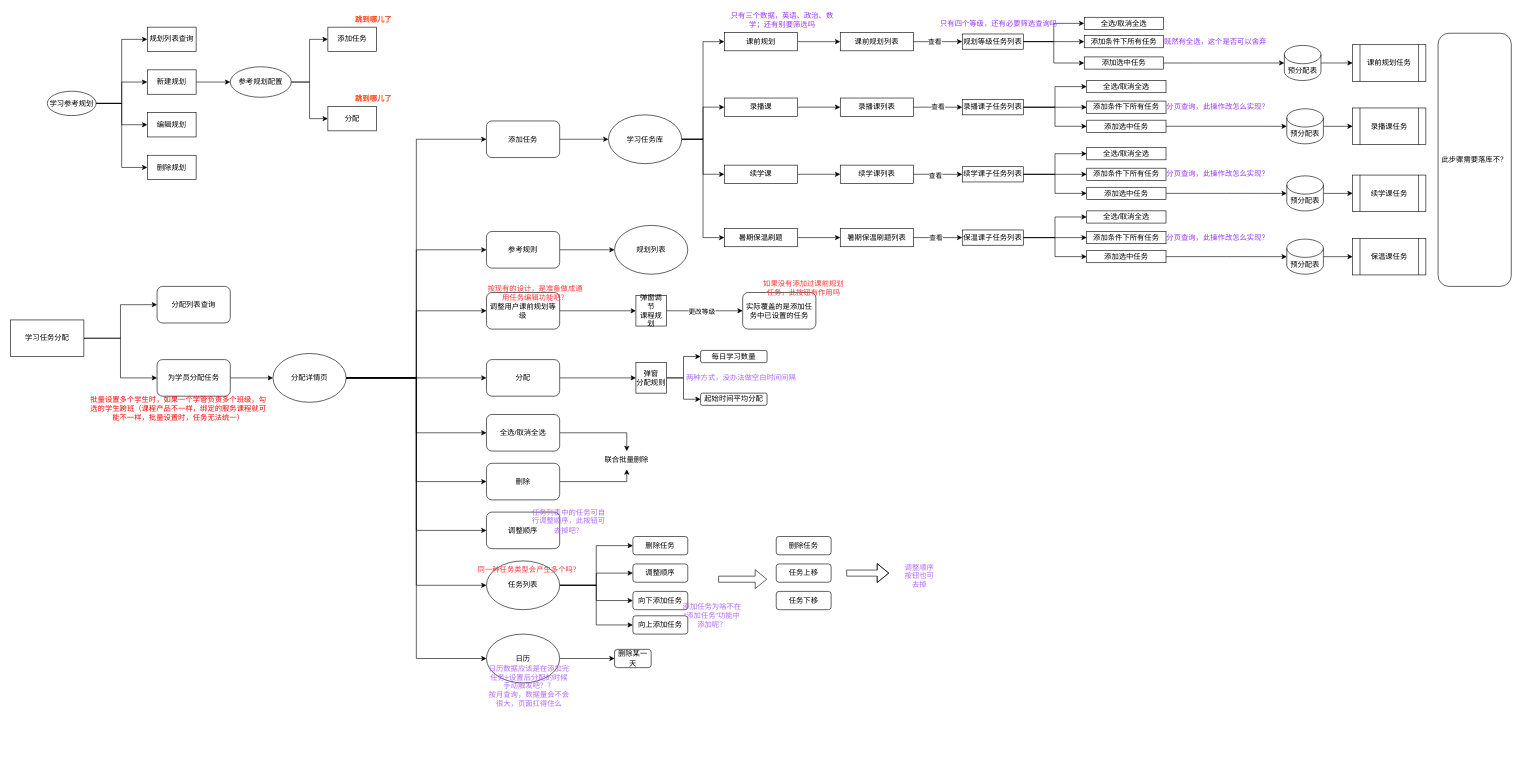
The draw.io diagram 学习任务分配-参考规划+用户端.drawio in me-Minion/draw, before the edit. Source tidied: cells renumbered, new cells numbered last; positions are measured from the earlier drawing's top-left corner, leaving out a move shared by most shapes. Both pictures are drawn from the tidied source at 61%, with x=0, y=0 at pixel (10, 12).
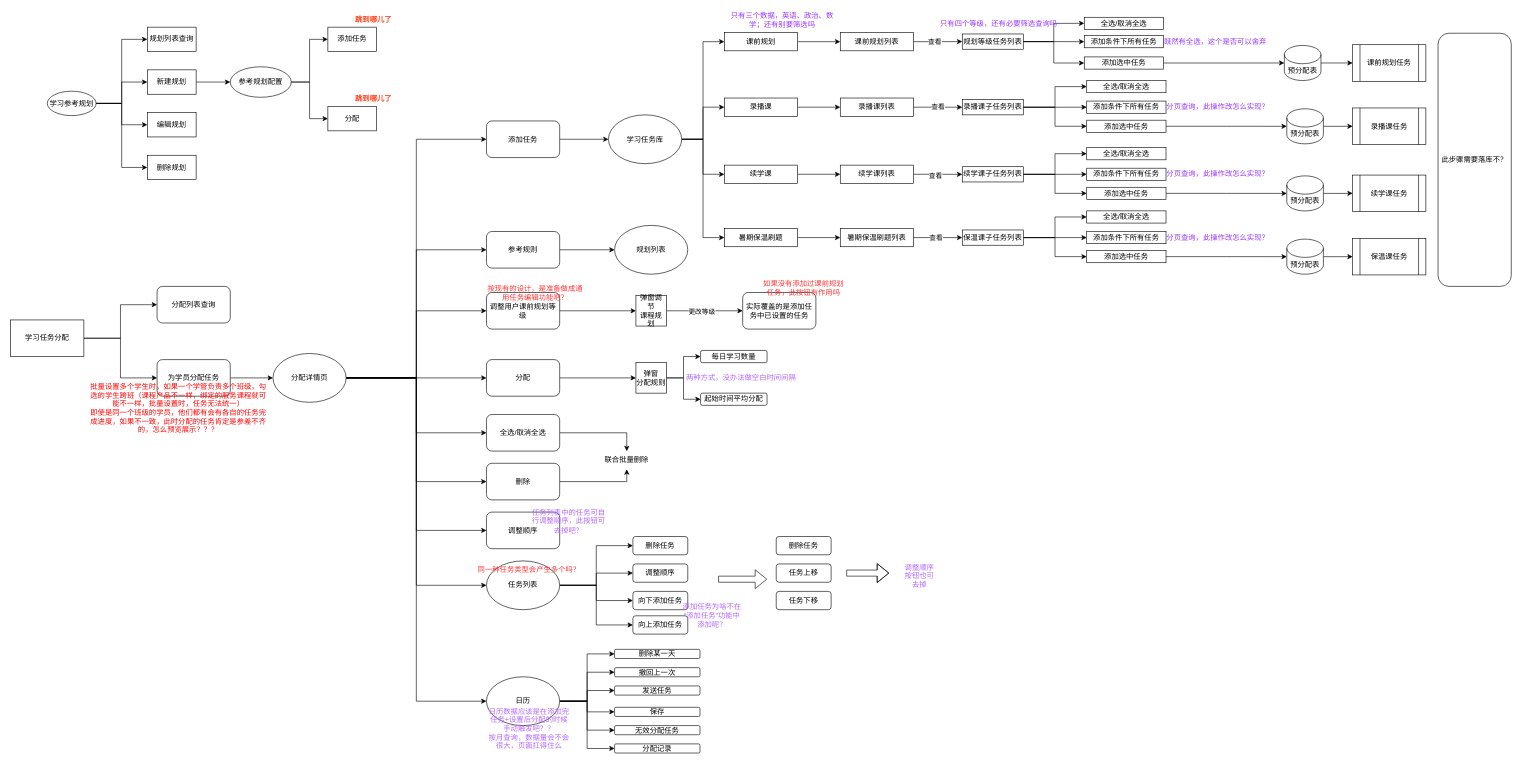
After the change.

Commit message:
更新学习任务分配-参考规划+用户端.drawio

What changed in the source:
```diff
@@
+    <mxCell id="161" style="edgeStyle=orthogonalEdgeStyle;rounded=0;jettySize=auto;html=1;exitX=1;exitY=0.5;exitDx=0;exitDy=0;entryX=0;entryY=0.5;entryDx=0;entryDy=0;" parent="1" edge="1" source="137" target="166">
+      <mxGeometry relative="1" as="geometry" />
+    </mxCell>
+    <mxCell id="162" style="edgeStyle=orthogonalEdgeStyle;rounded=0;jettySize=auto;html=1;exitX=1;exitY=0.5;exitDx=0;exitDy=0;entryX=0;entryY=0.5;entryDx=0;entryDy=0;" parent="1" edge="1" source="137" target="167">
+      <mxGeometry relative="1" as="geometry" />
+    </mxCell>
+    <mxCell id="163" style="edgeStyle=orthogonalEdgeStyle;rounded=0;jettySize=auto;html=1;exitX=1;exitY=0.5;exitDx=0;exitDy=0;entryX=0;entryY=0.5;entryDx=0;entryDy=0;" parent="1" edge="1" source="137" target="168">
+      <mxGeometry relative="1" as="geometry" />
+    </mxCell>
+    <mxCell id="164" style="edgeStyle=orthogonalEdgeStyle;rounded=0;jettySize=auto;html=1;exitX=1;exitY=0.5;exitDx=0;exitDy=0;entryX=0;entryY=0.5;entryDx=0;entryDy=0;" parent="1" edge="1" source="137" target="169">
+      <mxGeometry relative="1" as="geometry" />
+    </mxCell>
+    <mxCell id="165" style="edgeStyle=orthogonalEdgeStyle;rounded=0;jettySize=auto;html=1;exitX=1;exitY=0.5;exitDx=0;exitDy=0;entryX=0;entryY=0.5;entryDx=0;entryDy=0;" parent="1" edge="1" source="137" target="170">
+      <mxGeometry relative="1" as="geometry" />
+    </mxCell>
     <mxCell id="137" value="日历" style="ellipse;whiteSpace=wrap;html=1;" parent="1" vertex="1">
-      <mxGeometry x="780" y="1020" width="120" height="80" as="geometry" />
+      <mxGeometry x="780" y="1090" width="120" height="80" as="geometry" />
     </mxCell>
     <mxCell id="138" value="&lt;div&gt;&lt;font color=&quot;#b266ff&quot;&gt;日历数据应该是在添加完任务+设置后分配的时候手动触发吧？？&lt;/font&gt;&lt;/div&gt;&lt;font color=&quot;#b266ff&quot;&gt;按月查询，数据量会不会很大，页面扛得住么&lt;/font&gt;" style="text;html=1;align=center;verticalAlign=middle;whiteSpace=wrap;rounded=0;" parent="1" vertex="1">
-      <mxGeometry x="780" y="1090" width="140" height="30" as="geometry" />
+      <mxGeometry x="780" y="1160" width="140" height="30" as="geometry" />
     </mxCell>
-    <mxCell id="139" value="&lt;font color=&quot;#ff0000&quot;&gt;批量设置多个学生时，如果一个学管负责多个班级，勾选的学生跨班（课程产品不一样，绑定的服务课程就可能不一样，批量设置时，任务无法统一）&lt;/font&gt;" style="text;html=1;align=center;verticalAlign=middle;whiteSpace=wrap;rounded=0;" parent="1" vertex="1">
+    <mxCell id="139" value="&lt;font color=&quot;#ff0000&quot;&gt;批量设置多个学生时，如果一个学管负责多个班级，勾选的学生跨班（课程产品不一样，绑定的服务课程就可能不一样，批量设置时，任务无法统一）&lt;/font&gt;&lt;div&gt;&lt;font color=&quot;#ff0000&quot;&gt;即使是同一个班级的学员，他们都有会有各自的任务完成进度，如果不一致，此时分配的任务肯定是参差不齐的，怎么预览展示？？？&lt;/font&gt;&lt;/div&gt;" style="text;html=1;align=center;verticalAlign=middle;whiteSpace=wrap;rounded=0;" parent="1" vertex="1">
       <mxGeometry x="130" y="565" width="290" height="170" as="geometry" />
     </mxCell>
@@
     <mxCell id="156" value="删除某一天" style="rounded=1;whiteSpace=wrap;html=1;" parent="1" vertex="1">
-      <mxGeometry x="990" y="1045" width="60" height="30" as="geometry" />
+      <mxGeometry x="990" y="1045" width="140" height="15" as="geometry" />
     </mxCell>
@@
+    <mxCell id="166" value="撤回上一次" style="rounded=1;whiteSpace=wrap;html=1;" parent="1" vertex="1">
+      <mxGeometry x="990" y="1075" width="140" height="15" as="geometry" />
+    </mxCell>
+    <mxCell id="167" value="发送任务" style="rounded=1;whiteSpace=wrap;html=1;" parent="1" vertex="1">
+      <mxGeometry x="990" y="1105" width="140" height="15" as="geometry" />
+    </mxCell>
+    <mxCell id="168" value="保存" style="rounded=1;whiteSpace=wrap;html=1;" parent="1" vertex="1">
+      <mxGeometry x="990" y="1140" width="140" height="15" as="geometry" />
+    </mxCell>
+    <mxCell id="169" value="无效分配任务" style="rounded=1;whiteSpace=wrap;html=1;" parent="1" vertex="1">
+      <mxGeometry x="990" y="1170" width="140" height="15" as="geometry" />
+    </mxCell>
+    <mxCell id="170" value="分配记录" style="rounded=1;whiteSpace=wrap;html=1;" parent="1" vertex="1">
+      <mxGeometry x="990" y="1200" width="140" height="15" as="geometry" />
+    </mxCell>
```
